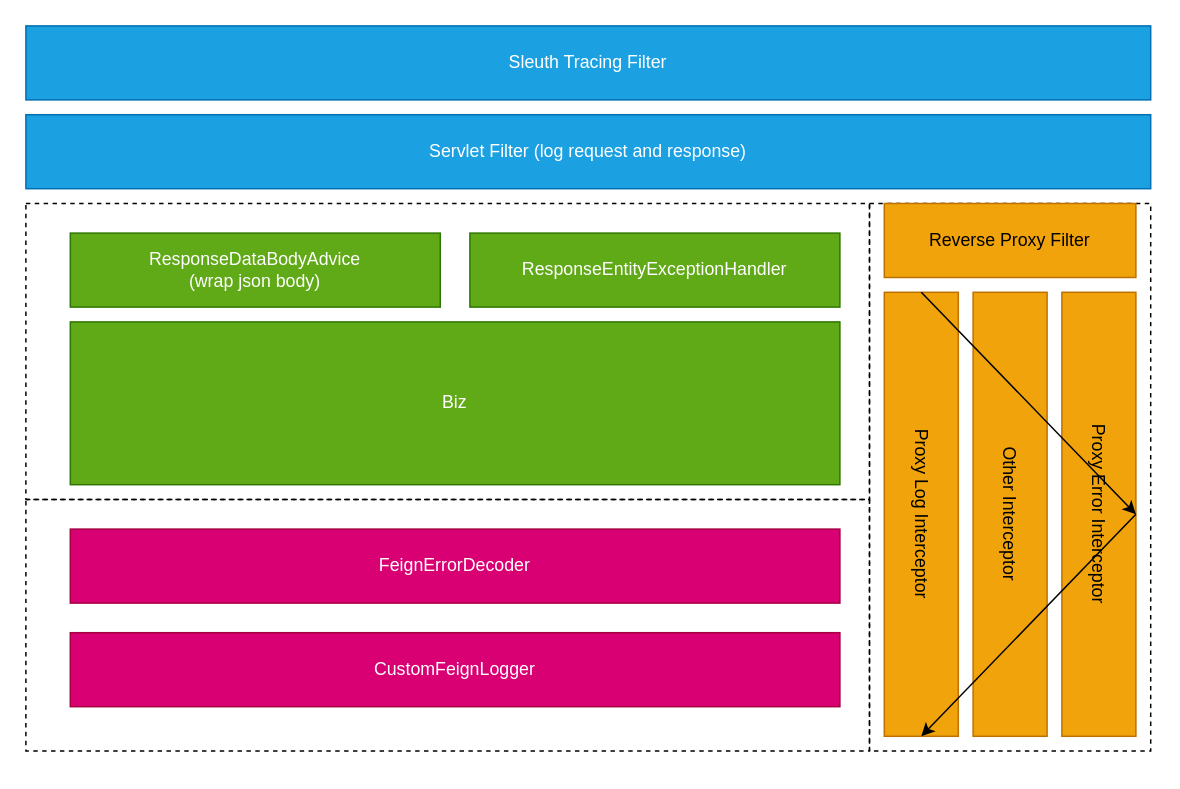
XGFan/misc keeps this draw.io diagram as diagrams/Untitled Diagram.drawio. Above is the earlier version. Source tidied: cells renumbered, new cells numbered last; positions are measured from the earlier drawing's top-left corner, leaving out a move shared by most shapes. Both pictures are drawn from the tidied source at 148%, with x=0, y=0 at pixel (25, 25).
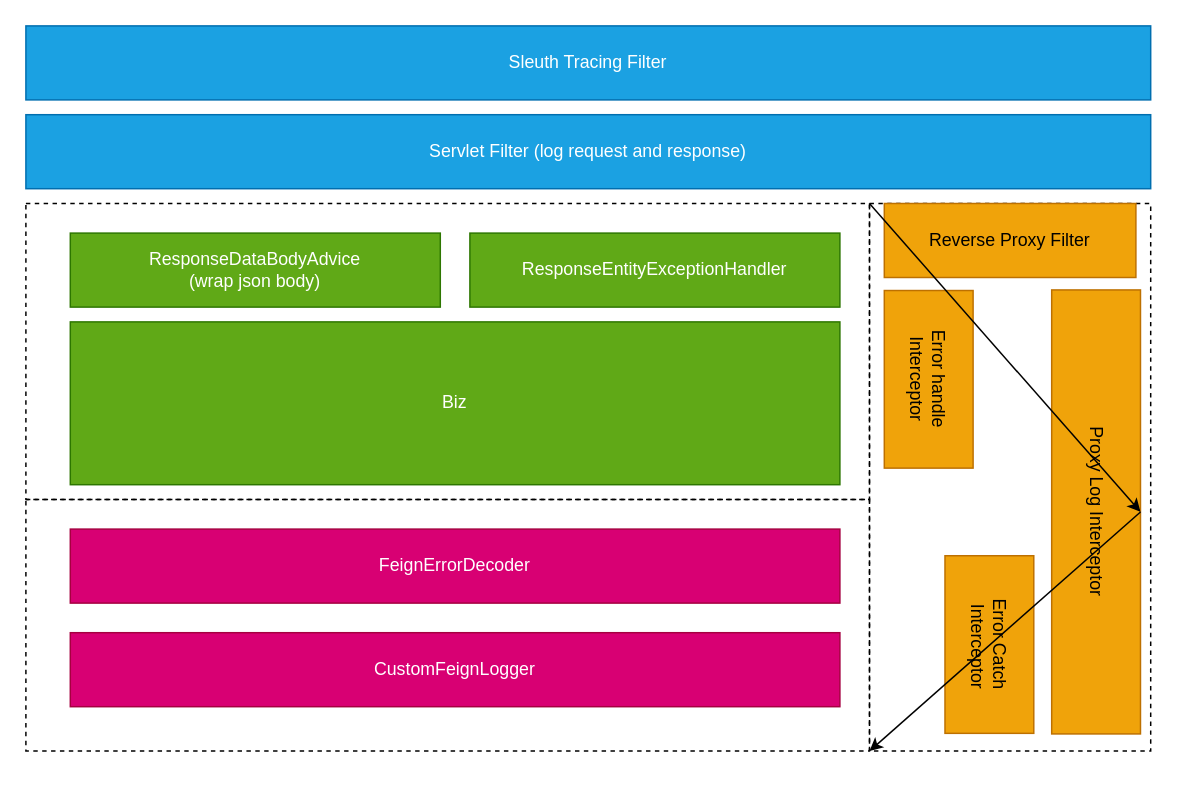
Above is the later version.

Diff of the diagram source:
```diff
@@
 <mxGraphModel>
   <root>
     <mxCell id="0" />
     <mxCell id="1" parent="0" />
     <mxCell id="2" style="rounded=0;whiteSpace=wrap;html=1;fillColor=none;dashed=1;" parent="1" vertex="1">
       <mxGeometry x="570" y="120" width="190" height="370" as="geometry" />
     </mxCell>
     <mxCell id="3" style="rounded=0;whiteSpace=wrap;html=1;fillColor=none;dashed=1;" parent="1" vertex="1">
       <mxGeometry y="320" width="570" height="170" as="geometry" />
     </mxCell>
     <mxCell id="4" style="rounded=0;whiteSpace=wrap;html=1;fillColor=none;dashed=1;" parent="1" vertex="1">
       <mxGeometry y="120" width="570" height="200" as="geometry" />
     </mxCell>
     <mxCell id="5" value="Servlet Filter (log request and response)" style="rounded=0;whiteSpace=wrap;html=1;fillColor=#1ba1e2;fontColor=#ffffff;strokeColor=#006EAF;" parent="1" vertex="1">
       <mxGeometry y="60" width="760" height="50" as="geometry" />
     </mxCell>
     <mxCell id="6" value="ResponseDataBodyAdvice&lt;br&gt;(wrap json body)" style="rounded=0;whiteSpace=wrap;html=1;fillColor=#60a917;fontColor=#ffffff;strokeColor=#2D7600;" parent="1" vertex="1">
       <mxGeometry x="30" y="140" width="250" height="50" as="geometry" />
     </mxCell>
     <mxCell id="7" value="ResponseEntityExceptionHandler" style="rounded=0;whiteSpace=wrap;html=1;fillColor=#60a917;fontColor=#ffffff;strokeColor=#2D7600;" parent="1" vertex="1">
       <mxGeometry x="300" y="140" width="250" height="50" as="geometry" />
     </mxCell>
     <mxCell id="8" value="CustomFeignLogger" style="rounded=0;whiteSpace=wrap;html=1;fillColor=#d80073;fontColor=#ffffff;strokeColor=#A50040;" parent="1" vertex="1">
       <mxGeometry x="30" y="410" width="520" height="50" as="geometry" />
     </mxCell>
     <mxCell id="9" value="FeignErrorDecoder" style="rounded=0;whiteSpace=wrap;html=1;fillColor=#d80073;fontColor=#ffffff;strokeColor=#A50040;" parent="1" vertex="1">
       <mxGeometry x="30" y="340" width="520" height="50" as="geometry" />
     </mxCell>
     <mxCell id="10" value="Sleuth Tracing Filter" style="rounded=0;whiteSpace=wrap;html=1;fillColor=#1ba1e2;fontColor=#ffffff;strokeColor=#006EAF;" parent="1" vertex="1">
       <mxGeometry width="760" height="50" as="geometry" />
     </mxCell>
     <mxCell id="11" value="Reverse Proxy Filter" style="rounded=0;whiteSpace=wrap;html=1;fillColor=#f0a30a;fontColor=#000000;strokeColor=#BD7000;" parent="1" vertex="1">
       <mxGeometry x="580" y="120" width="170" height="50" as="geometry" />
     </mxCell>
-    <mxCell id="12" style="group;" parent="1" vertex="1">
-      <mxGeometry x="580" y="180" width="170" height="300" as="geometry" />
-    </mxCell>
+    <mxCell id="18" value="Biz" style="rounded=0;whiteSpace=wrap;html=1;fillColor=#60a917;fontColor=#ffffff;strokeColor=#2D7600;" parent="1" vertex="1">
+      <mxGeometry x="30" y="200" width="520" height="110" as="geometry" />
+    </mxCell>
-    <mxCell id="13" value="Proxy Error Interceptor" style="rounded=0;whiteSpace=wrap;html=1;rotation=90;fillColor=#f0a30a;fontColor=#000000;strokeColor=#BD7000;" parent="12" vertex="1">
-      <mxGeometry x="-5" y="125" width="300" height="50" as="geometry" />
+    <mxCell id="13" value="Proxy Log Interceptor" style="rounded=0;whiteSpace=wrap;html=1;rotation=90;fillColor=#f0a30a;fontColor=#000000;strokeColor=#BD7000;" parent="1" vertex="1">
+      <mxGeometry x="573.1" y="298.4" width="300" height="60" as="geometry" />
     </mxCell>
-    <mxCell id="14" value="Proxy Log Interceptor" style="rounded=0;whiteSpace=wrap;html=1;rotation=90;fillColor=#f0a30a;fontColor=#000000;strokeColor=#BD7000;" parent="12" vertex="1">
-      <mxGeometry x="-125" y="125" width="300" height="50" as="geometry" />
+    <mxCell id="14" value="Error handle Interceptor" style="rounded=0;whiteSpace=wrap;html=1;rotation=90;fillColor=#f0a30a;fontColor=#000000;strokeColor=#BD7000;" parent="1" vertex="1">
+      <mxGeometry x="550" y="208.8" width="120" height="60" as="geometry" />
     </mxCell>
-    <mxCell id="15" value="Other Interceptor" style="rounded=0;whiteSpace=wrap;html=1;rotation=90;fillColor=#f0a30a;fontColor=#000000;strokeColor=#BD7000;" parent="12" vertex="1">
-      <mxGeometry x="-65" y="125" width="300" height="50" as="geometry" />
+    <mxCell id="15" value="Error Catch&lt;br&gt;&amp;nbsp;Interceptor" style="rounded=0;whiteSpace=wrap;html=1;rotation=90;fillColor=#f0a30a;fontColor=#000000;strokeColor=#BD7000;" parent="1" vertex="1">
+      <mxGeometry x="591" y="388" width="120" height="60" as="geometry" />
     </mxCell>
-    <mxCell id="16" style="endArrow=classic;html=1;rounded=0;exitX=0;exitY=0.5;exitDx=0;exitDy=0;entryX=0.5;entryY=0;entryDx=0;entryDy=0;" parent="12" edge="1" source="14" target="13">
+    <mxCell id="16" style="endArrow=classic;html=1;rounded=0;exitX=1;exitY=0;exitDx=0;exitDy=0;entryX=0.5;entryY=0;entryDx=0;entryDy=0;" parent="1" edge="1" source="4" target="13">
       <mxGeometry relative="1" as="geometry" />
     </mxCell>
-    <mxCell id="17" style="rounded=0;jettySize=auto;html=1;exitX=0.5;exitY=0;exitDx=0;exitDy=0;entryX=1;entryY=0.5;entryDx=0;entryDy=0;" parent="12" edge="1" source="13" target="14">
+    <mxCell id="17" style="rounded=0;jettySize=auto;html=1;exitX=0.5;exitY=0;exitDx=0;exitDy=0;entryX=0;entryY=1;entryDx=0;entryDy=0;" parent="1" edge="1" source="13" target="2">
       <mxGeometry relative="1" as="geometry" />
     </mxCell>
-    <mxCell id="18" value="Biz" style="rounded=0;whiteSpace=wrap;html=1;fillColor=#60a917;fontColor=#ffffff;strokeColor=#2D7600;" parent="1" vertex="1">
-      <mxGeometry x="30" y="200" width="520" height="110" as="geometry" />
-    </mxCell>
   </root>
 </mxGraphModel>
```
